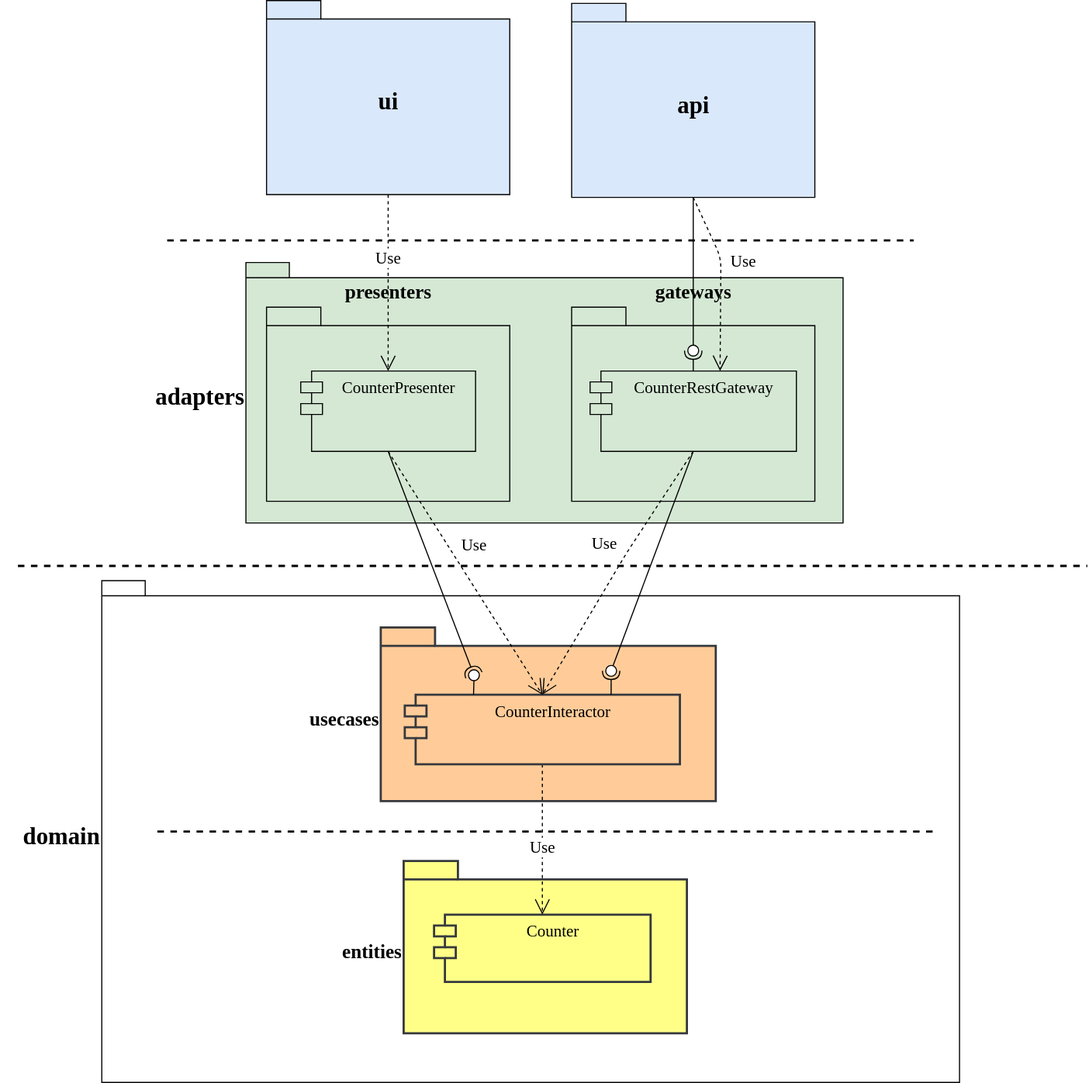
This is app/diagrams/packages.uml.svg from softspiders/clean-architecture-counter-starters, a draw.io export, as it was before one commit. Source tidied: cells renumbered, new cells last; positions are measured from the earlier drawing's top-left corner, leaving out a move shared by most shapes.
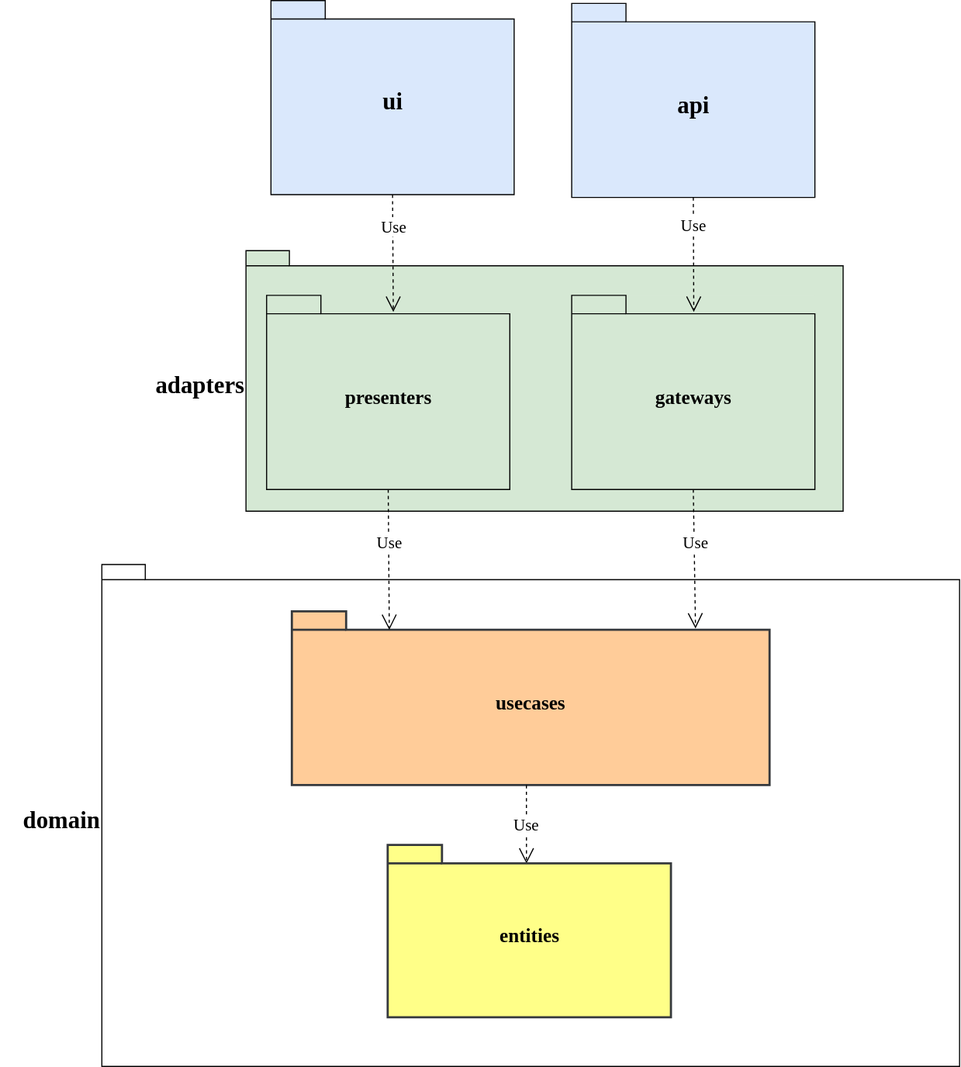
Later version of the same file.

Change to the diagram source:
```diff
@@ -3,110 +3,52 @@
     <mxCell id="0" />
     <mxCell id="1" parent="0" />
     <mxCell id="2" style="group;strokeColor=none;" parent="1" vertex="1">
-      <mxGeometry x="77.2" y="534.5" width="790" height="462.5" as="geometry" />
+      <mxGeometry x="187.2" y="259.5" width="790" height="462.5" as="geometry" />
     </mxCell>
     <mxCell id="3" value="&lt;font style=&quot;font-size: 22px&quot;&gt;domain&lt;/font&gt;" style="shape=folder;fontStyle=1;spacingTop=10;tabWidth=40;tabHeight=14;tabPosition=left;html=1;fontSize=15;labelPosition=left;verticalLabelPosition=middle;align=right;verticalAlign=middle;fontFamily=Verdana;" parent="2" vertex="1">
       <mxGeometry width="790" height="462.5" as="geometry" />
     </mxCell>
+    <mxCell id="7" value="&lt;font style=&quot;font-size: 18px&quot;&gt;usecases&lt;/font&gt;" style="shape=folder;fontStyle=1;spacingTop=10;tabWidth=50;tabHeight=17;tabPosition=left;html=1;rounded=0;shadow=0;comic=0;labelBackgroundColor=none;strokeWidth=2;fontFamily=Verdana;fontSize=12;align=center;labelPosition=center;verticalLabelPosition=middle;verticalAlign=middle;fillColor=#ffcc99;strokeColor=#36393d;" parent="2" vertex="1">
+      <mxGeometry x="175" y="43.1" width="440" height="160" as="geometry" />
+    </mxCell>
+    <mxCell id="8" value="Use" style="endArrow=open;endSize=12;dashed=1;html=1;fontFamily=Verdana;fontSize=15;entryX=0.49;entryY=0.108;entryDx=0;entryDy=0;entryPerimeter=0;exitX=0.491;exitY=1.001;exitDx=0;exitDy=0;exitPerimeter=0;" parent="2" edge="1" source="7" target="5">
+      <mxGeometry relative="1" as="geometry" />
+    </mxCell>
-    <mxCell id="4" style="group;fontSize=13;labelPosition=left;verticalLabelPosition=middle;align=right;verticalAlign=middle;fillColor=none;strokeColor=none;strokeWidth=2;" parent="2" vertex="1">
-      <mxGeometry x="200.8" y="246.7" width="410" height="182.1" as="geometry" />
+    <mxCell id="4" style="group;fontSize=13;labelPosition=center;verticalLabelPosition=middle;align=center;verticalAlign=middle;fillColor=none;strokeColor=none;strokeWidth=2;" parent="2" vertex="1">
+      <mxGeometry x="186" y="246.7" width="410" height="182.1" as="geometry" />
     </mxCell>
-    <mxCell id="5" value="&lt;font style=&quot;font-size: 18px&quot;&gt;entities&lt;/font&gt;" style="shape=folder;fontStyle=1;spacingTop=10;tabWidth=50;tabHeight=17;tabPosition=left;html=1;rounded=0;shadow=0;comic=0;labelBackgroundColor=none;strokeWidth=2;fontFamily=Verdana;fontSize=10;align=right;labelPosition=left;verticalLabelPosition=middle;verticalAlign=middle;fillColor=#ffff88;strokeColor=#36393d;" parent="4" vertex="1">
+    <mxCell id="5" value="&lt;font style=&quot;font-size: 18px&quot;&gt;entities&lt;/font&gt;" style="shape=folder;fontStyle=1;spacingTop=10;tabWidth=50;tabHeight=17;tabPosition=left;html=1;rounded=0;shadow=0;comic=0;labelBackgroundColor=none;strokeWidth=2;fontFamily=Verdana;fontSize=10;align=center;labelPosition=center;verticalLabelPosition=middle;verticalAlign=middle;fillColor=#ffff88;strokeColor=#36393d;" parent="4" vertex="1">
       <mxGeometry x="77.3" y="11.7" width="260.9" height="158.7" as="geometry" />
     </mxCell>
-    <mxCell id="6" value="Counter" style="shape=module;align=left;spacingLeft=20;align=center;verticalAlign=top;fontFamily=Verdana;fontSize=15;fillColor=#ffff88;strokeColor=#36393d;strokeWidth=2;" parent="4" vertex="1">
-      <mxGeometry x="105.3" y="61.1" width="199.4" height="62" as="geometry" />
-    </mxCell>
-    <mxCell id="7" value="&lt;font style=&quot;font-size: 18px&quot;&gt;usecases&lt;/font&gt;" style="shape=folder;fontStyle=1;spacingTop=10;tabWidth=50;tabHeight=17;tabPosition=left;html=1;rounded=0;shadow=0;comic=0;labelBackgroundColor=none;strokeWidth=2;fontFamily=Verdana;fontSize=12;align=right;labelPosition=left;verticalLabelPosition=middle;verticalAlign=middle;fillColor=#ffcc99;strokeColor=#36393d;" parent="2" vertex="1">
-      <mxGeometry x="256.9" y="43.1" width="308.5" height="160" as="geometry" />
-    </mxCell>
-    <mxCell id="8" value="Use" style="endArrow=open;endSize=12;dashed=1;html=1;fontFamily=Verdana;fontSize=15;exitX=0.5;exitY=1;exitDx=0;exitDy=0;entryX=0.5;entryY=0;entryDx=0;entryDy=0;" parent="2" edge="1" source="9" target="6">
-      <mxGeometry x="0.1" relative="1" as="geometry" />
-    </mxCell>
-    <mxCell id="9" value="CounterInteractor" style="shape=module;align=left;spacingLeft=20;align=center;verticalAlign=top;fontFamily=Verdana;fontSize=15;fillColor=#ffcc99;strokeColor=#36393d;strokeWidth=2;" parent="2" vertex="1">
-      <mxGeometry x="279.1" y="105.1" width="253.4" height="64.1" as="geometry" />
-    </mxCell>
-    <mxCell id="10" style="rounded=0;jettySize=auto;html=1;endArrow=halfCircle;endFill=0;entryX=0.5;entryY=0.5;entryDx=0;entryDy=0;endSize=6;strokeWidth=1;fontFamily=Verdana;fontSize=15;exitX=0.75;exitY=0;exitDx=0;exitDy=0;" parent="2" edge="1" source="9" target="11">
-      <mxGeometry relative="1" as="geometry" />
-    </mxCell>
-    <mxCell id="11" style="ellipse;whiteSpace=wrap;html=1;fontFamily=Helvetica;fontSize=12;fontColor=#000000;align=center;strokeColor=#000000;fillColor=#ffffff;points=[];" parent="2" vertex="1">
-      <mxGeometry x="464.2" y="78.2" width="10" height="10" as="geometry" />
-    </mxCell>
-    <mxCell id="12" style="line;strokeWidth=2;fillColor=none;align=left;verticalAlign=middle;spacingTop=-1;spacingLeft=3;spacingRight=3;labelPosition=right;dashed=1;" parent="2" vertex="1">
-      <mxGeometry x="51.2" y="227.2" width="720" height="8" as="geometry" />
-    </mxCell>
-    <mxCell id="13" style="rounded=0;jettySize=auto;html=1;endArrow=none;endFill=0;fontFamily=Verdana;fontSize=12;exitX=0.25;exitY=0;exitDx=0;exitDy=0;" parent="2" edge="1" source="9" target="14">
-      <mxGeometry relative="1" as="geometry" />
-    </mxCell>
-    <mxCell id="14" style="ellipse;whiteSpace=wrap;html=1;fontFamily=Helvetica;fontSize=12;fontColor=#000000;align=center;strokeColor=#000000;fillColor=#ffffff;points=[];" parent="2" vertex="1">
-      <mxGeometry x="337.8" y="82.2" width="10" height="10" as="geometry" />
-    </mxCell>
     <mxCell id="15" value="&lt;font style=&quot;font-size: 22px&quot;&gt;adapters&lt;/font&gt;" style="shape=folder;fontStyle=1;spacingTop=10;tabWidth=40;tabHeight=14;tabPosition=left;html=1;fontSize=15;labelPosition=left;verticalLabelPosition=middle;align=right;verticalAlign=middle;fontFamily=Verdana;fillColor=#d5e8d4;strokeColor=#000000;" parent="1" vertex="1">
-      <mxGeometry x="210" y="241.4" width="550" height="240" as="geometry" />
+      <mxGeometry x="320" y="-29.6" width="550" height="240" as="geometry" />
     </mxCell>
-    <mxCell id="16" value="&lt;font style=&quot;font-size: 18px&quot;&gt;presenters&lt;/font&gt;" style="shape=folder;fontStyle=1;spacingTop=10;tabWidth=50;tabHeight=17;tabPosition=left;html=1;rounded=0;shadow=0;comic=0;labelBackgroundColor=none;strokeWidth=1;fontFamily=Verdana;fontSize=10;align=center;labelPosition=center;verticalLabelPosition=top;verticalAlign=bottom;fillColor=#d5e8d4;strokeColor=#000000;" parent="1" vertex="1">
-      <mxGeometry x="229" y="282.6" width="224" height="178.8" as="geometry" />
+    <mxCell id="16" value="&lt;font style=&quot;font-size: 18px&quot;&gt;presenters&lt;/font&gt;" style="shape=folder;fontStyle=1;spacingTop=10;tabWidth=50;tabHeight=17;tabPosition=left;html=1;rounded=0;shadow=0;comic=0;labelBackgroundColor=none;strokeWidth=1;fontFamily=Verdana;fontSize=10;align=center;labelPosition=center;verticalLabelPosition=middle;verticalAlign=middle;fillColor=#d5e8d4;strokeColor=#000000;" parent="1" vertex="1">
+      <mxGeometry x="339" y="11.6" width="224" height="178.8" as="geometry" />
     </mxCell>
     <mxCell id="17" style="group;fillColor=#d5e8d4;strokeColor=none;" parent="1" vertex="1">
-      <mxGeometry x="510" y="282.6" width="224" height="178.8" as="geometry" />
+      <mxGeometry x="620" y="11.6" width="224" height="178.8" as="geometry" />
     </mxCell>
-    <mxCell id="18" value="&lt;font style=&quot;font-size: 18px&quot;&gt;gateways&lt;/font&gt;" style="shape=folder;fontStyle=1;spacingTop=10;tabWidth=50;tabHeight=17;tabPosition=left;html=1;rounded=0;shadow=0;comic=0;labelBackgroundColor=none;strokeWidth=1;fontFamily=Verdana;fontSize=10;align=center;labelPosition=center;verticalLabelPosition=top;verticalAlign=bottom;fillColor=#d5e8d4;strokeColor=#000000;" parent="17" vertex="1">
+    <mxCell id="18" value="&lt;font style=&quot;font-size: 18px&quot;&gt;gateways&lt;/font&gt;" style="shape=folder;fontStyle=1;spacingTop=10;tabWidth=50;tabHeight=17;tabPosition=left;html=1;rounded=0;shadow=0;comic=0;labelBackgroundColor=none;strokeWidth=1;fontFamily=Verdana;fontSize=10;align=center;labelPosition=center;verticalLabelPosition=middle;verticalAlign=middle;fillColor=#d5e8d4;strokeColor=#000000;" parent="17" vertex="1">
       <mxGeometry width="224" height="178.8" as="geometry" />
     </mxCell>
-    <mxCell id="19" value="CounterRestGateway" style="shape=module;align=left;spacingLeft=20;align=center;verticalAlign=top;fontFamily=Verdana;fontSize=15;fillColor=#d5e8d4;strokeColor=#000000;" parent="17" vertex="1">
-      <mxGeometry x="17" y="58.8" width="190" height="74" as="geometry" />
-    </mxCell>
-    <mxCell id="20" style="ellipse;whiteSpace=wrap;html=1;fontFamily=Helvetica;fontSize=12;fontColor=#000000;align=center;strokeColor=#000000;fillColor=#ffffff;points=[];" parent="17" vertex="1">
-      <mxGeometry x="107" y="35" width="10" height="10" as="geometry" />
-    </mxCell>
-    <mxCell id="21" style="rounded=0;jettySize=auto;html=1;endArrow=halfCircle;endFill=0;entryX=0.5;entryY=0.5;entryDx=0;entryDy=0;endSize=6;strokeWidth=1;fontFamily=Verdana;fontSize=15;exitX=0.5;exitY=0;exitDx=0;exitDy=0;" parent="17" edge="1" source="19" target="20">
-      <mxGeometry relative="1" as="geometry" />
-    </mxCell>
-    <mxCell id="22" value="CounterPresenter" style="shape=module;align=left;spacingLeft=20;align=center;verticalAlign=top;fontFamily=Verdana;fontSize=15;fillColor=#d5e8d4;strokeColor=#000000;" parent="1" vertex="1">
-      <mxGeometry x="260.5" y="341.4" width="161" height="74" as="geometry" />
-    </mxCell>
     <mxCell id="23" value="&lt;font style=&quot;font-size: 22px&quot;&gt;ui&lt;/font&gt;" style="shape=folder;fontStyle=1;spacingTop=10;tabWidth=50;tabHeight=17;tabPosition=left;html=1;rounded=0;shadow=0;comic=0;labelBackgroundColor=none;strokeWidth=1;fontFamily=Verdana;fontSize=18;align=center;labelPosition=center;verticalLabelPosition=middle;verticalAlign=middle;fillColor=#dae8fc;strokeColor=#000000;" parent="1" vertex="1">
-      <mxGeometry x="229" width="224" height="178.8" as="geometry" />
+      <mxGeometry x="343" y="-260" width="224" height="178.8" as="geometry" />
     </mxCell>
-    <mxCell id="24" value="Use" style="endArrow=open;endSize=12;dashed=1;html=1;fontFamily=Verdana;fontSize=15;entryX=0.5;entryY=0;entryDx=0;entryDy=0;exitX=0.5;exitY=1;exitDx=0;exitDy=0;exitPerimeter=0;" parent="1" edge="1" source="23" target="22">
-      <mxGeometry x="-0.28" relative="1" as="geometry" />
+    <mxCell id="24" value="Use" style="endArrow=open;endSize=12;dashed=1;html=1;fontFamily=Verdana;fontSize=15;exitX=0.5;exitY=1;exitDx=0;exitDy=0;exitPerimeter=0;entryX=0.521;entryY=0.085;entryDx=0;entryDy=0;entryPerimeter=0;" parent="1" edge="1" source="23" target="16">
+      <mxGeometry x="-0.48" y="1" relative="1" as="geometry" />
     </mxCell>
-    <mxCell id="25" style="rounded=0;jettySize=auto;html=1;endArrow=none;endFill=0;fontFamily=Verdana;fontSize=15;exitX=0.5;exitY=1;exitDx=0;exitDy=0;exitPerimeter=0;" parent="1" edge="1" source="31" target="20">
-      <mxGeometry relative="1" as="geometry" />
-    </mxCell>
-    <mxCell id="26" style="rounded=0;jettySize=auto;html=1;endArrow=none;endFill=0;fontFamily=Verdana;fontSize=15;exitX=0.5;exitY=1;exitDx=0;exitDy=0;" parent="1" edge="1" source="19" target="11">
-      <mxGeometry relative="1" as="geometry" />
-    </mxCell>
-    <mxCell id="27" value="Use" style="endArrow=open;endSize=12;dashed=1;html=1;fontFamily=Verdana;fontSize=15;exitX=0.5;exitY=1;exitDx=0;exitDy=0;entryX=0.5;entryY=0;entryDx=0;entryDy=0;" parent="1" edge="1" source="19" target="9">
-      <mxGeometry x="-0.14" y="-22" relative="1" as="geometry">
-        <Array as="points">
-          <mxPoint x="560" y="510" />
-        </Array>
-        <mxPoint x="-1" y="1" as="offset" />
-      </mxGeometry>
+    <mxCell id="27" value="Use" style="endArrow=open;endSize=12;dashed=1;html=1;fontFamily=Verdana;fontSize=15;exitX=0.5;exitY=1;exitDx=0;exitDy=0;exitPerimeter=0;entryX=0.845;entryY=0.099;entryDx=0;entryDy=0;entryPerimeter=0;" parent="1" edge="1" source="18" target="7">
+      <mxGeometry x="-0.24" y="1" relative="1" as="geometry" />
     </mxCell>
-    <mxCell id="28" value="Use" style="endArrow=open;endSize=12;dashed=1;html=1;fontFamily=Verdana;fontSize=15;exitX=0.5;exitY=1;exitDx=0;exitDy=0;exitPerimeter=0;entryX=0.63;entryY=-0.001;entryDx=0;entryDy=0;entryPerimeter=0;" parent="1" edge="1" source="31" target="19">
-      <mxGeometry x="-0.18" y="20" relative="1" as="geometry">
-        <Array as="points">
-          <mxPoint x="647.5" y="237" />
-        </Array>
-        <mxPoint x="1" y="-5" as="offset" />
-      </mxGeometry>
+    <mxCell id="28" value="Use" style="endArrow=open;endSize=12;dashed=1;html=1;fontFamily=Verdana;fontSize=15;exitX=0.5;exitY=1;exitDx=0;exitDy=0;exitPerimeter=0;entryX=0.502;entryY=0.085;entryDx=0;entryDy=0;entryPerimeter=0;" parent="1" edge="1" source="31" target="18">
+      <mxGeometry x="-0.51" relative="1" as="geometry" />
     </mxCell>
-    <mxCell id="29" style="line;strokeWidth=2;fillColor=none;align=left;verticalAlign=middle;spacingTop=-1;spacingLeft=3;spacingRight=3;labelPosition=right;dashed=1;" parent="1" vertex="1">
-      <mxGeometry x="137.5" y="217" width="687.5" height="8" as="geometry" />
-    </mxCell>
-    <mxCell id="30" style="line;strokeWidth=2;fillColor=none;align=left;verticalAlign=middle;spacingTop=-1;spacingLeft=3;spacingRight=3;labelPosition=right;dashed=1;" parent="1" vertex="1">
-      <mxGeometry y="517" width="985" height="8" as="geometry" />
-    </mxCell>
     <mxCell id="31" value="&lt;font style=&quot;font-size: 22px&quot;&gt;api&lt;/font&gt;" style="shape=folder;fontStyle=1;spacingTop=10;tabWidth=50;tabHeight=17;tabPosition=left;html=1;rounded=0;shadow=0;comic=0;labelBackgroundColor=none;strokeWidth=1;fontFamily=Verdana;fontSize=18;align=center;labelPosition=center;verticalLabelPosition=middle;verticalAlign=middle;fillColor=#dae8fc;strokeColor=#000000;" parent="1" vertex="1">
-      <mxGeometry x="510" y="2.6" width="224" height="178.8" as="geometry" />
+      <mxGeometry x="620" y="-257.4" width="224" height="178.8" as="geometry" />
     </mxCell>
-    <mxCell id="32" value="Use" style="endArrow=open;endSize=12;dashed=1;html=1;fontFamily=Verdana;fontSize=15;exitX=0.5;exitY=1;exitDx=0;exitDy=0;entryX=0.5;entryY=0;entryDx=0;entryDy=0;" parent="1" edge="1" source="22" target="9">
-      <mxGeometry x="-0.14" y="21" relative="1" as="geometry" />
+    <mxCell id="32" value="Use" style="endArrow=open;endSize=12;dashed=1;html=1;fontFamily=Verdana;fontSize=15;exitX=0.5;exitY=1;exitDx=0;exitDy=0;exitPerimeter=0;entryX=0.204;entryY=0.107;entryDx=0;entryDy=0;entryPerimeter=0;" parent="1" edge="1" source="16" target="7">
+      <mxGeometry x="-0.25" y="1" relative="1" as="geometry" />
     </mxCell>
-    <mxCell id="33" style="rounded=0;jettySize=auto;html=1;endArrow=halfCircle;endFill=0;entryX=0.5;entryY=0.5;entryDx=0;entryDy=0;endSize=6;strokeWidth=1;fontFamily=Verdana;fontSize=12;exitX=0.5;exitY=1;exitDx=0;exitDy=0;" parent="1" edge="1" source="22" target="14">
-      <mxGeometry relative="1" as="geometry" />
-    </mxCell>
   </root>
 </mxGraphModel>
```
